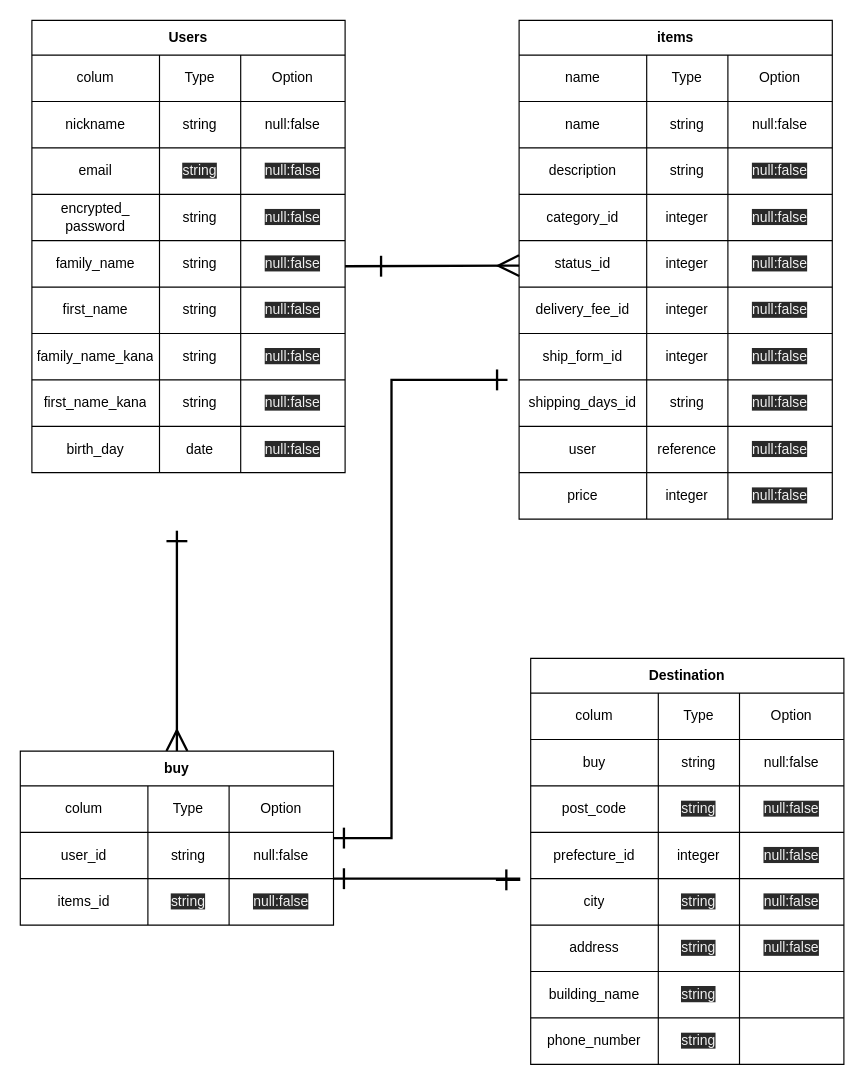
ko614/furima-32485 keeps this draw.io diagram as app/views/furima.dio. Above is the earlier version. Source tidied: cells renumbered, new cells numbered last; positions are measured from the earlier drawing's top-left corner, leaving out a move shared by most shapes. Both pictures are drawn from the tidied source at 116%, with x=0, y=0 at pixel (20, 20).
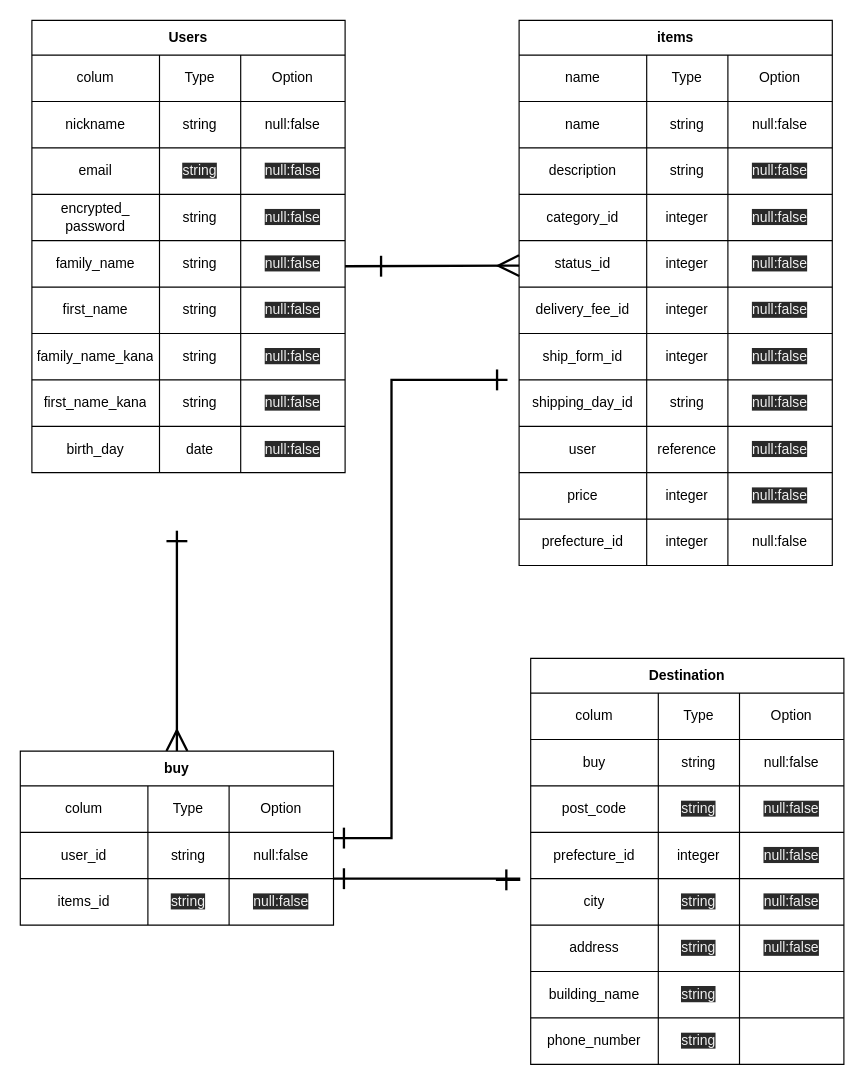
The same diagram, later.

The change refers to these unchanged cells:
```xml
<mxCell id="69" style="shape=partialRectangle;html=1;whiteSpace=wrap;fillColor=none;top=0;left=0;bottom=0;right=0;" parent="40" vertex="1">
  <mxGeometry y="310" width="270" height="40" as="geometry" />
</mxCell>
```

Diff of the diagram source:
```diff
@@
     <mxCell id="40" value="items" style="shape=table;html=1;whiteSpace=wrap;startSize=30;childLayout=tableLayout;fontStyle=1;align=center;" parent="1" vertex="1">
-      <mxGeometry x="430" width="270" height="430" as="geometry" />
+      <mxGeometry x="430" width="270" height="470" as="geometry" />
     </mxCell>
@@
-    <mxCell id="70" value="&lt;div style=&quot;text-align: left&quot;&gt;shipping_days_id&lt;/div&gt;" style="shape=partialRectangle;html=1;whiteSpace=wrap;fillColor=none;top=0;left=0;bottom=0;right=0;overflow=hidden;" parent="69" vertex="1">
+    <mxCell id="70" value="&lt;div style=&quot;text-align: left&quot;&gt;shipping_day_id&lt;/div&gt;" style="shape=partialRectangle;html=1;whiteSpace=wrap;fillColor=none;top=0;left=0;bottom=0;right=0;overflow=hidden;" parent="69" vertex="1">
       <mxGeometry width="110" height="40" as="geometry" />
     </mxCell>
@@
+    <mxCell id="130" style="shape=partialRectangle;html=1;whiteSpace=wrap;fillColor=none;top=0;left=0;bottom=0;right=0;" parent="40" vertex="1">
+      <mxGeometry y="430" width="270" height="40" as="geometry" />
+    </mxCell>
+    <mxCell id="131" value="&lt;span style=&quot;text-align: left&quot;&gt;prefecture_id&lt;/span&gt;" style="shape=partialRectangle;html=1;whiteSpace=wrap;fillColor=none;top=0;left=0;bottom=0;right=0;overflow=hidden;" parent="130" vertex="1">
+      <mxGeometry width="110" height="40" as="geometry" />
+    </mxCell>
+    <mxCell id="132" value="&lt;span style=&quot;font-family: &amp;#34;helvetica&amp;#34;&quot;&gt;integer&lt;/span&gt;" style="shape=partialRectangle;html=1;whiteSpace=wrap;fillColor=none;top=0;left=0;bottom=0;right=0;overflow=hidden;" parent="130" vertex="1">
+      <mxGeometry x="110" width="70" height="40" as="geometry" />
+    </mxCell>
+    <mxCell id="133" value="&lt;span style=&quot;font-family: &amp;#34;helvetica&amp;#34;&quot;&gt;null:false&lt;/span&gt;" style="shape=partialRectangle;html=1;whiteSpace=wrap;fillColor=none;top=0;left=0;bottom=0;right=0;overflow=hidden;" parent="130" vertex="1">
+      <mxGeometry x="180" width="90" height="40" as="geometry" />
+    </mxCell>
```
